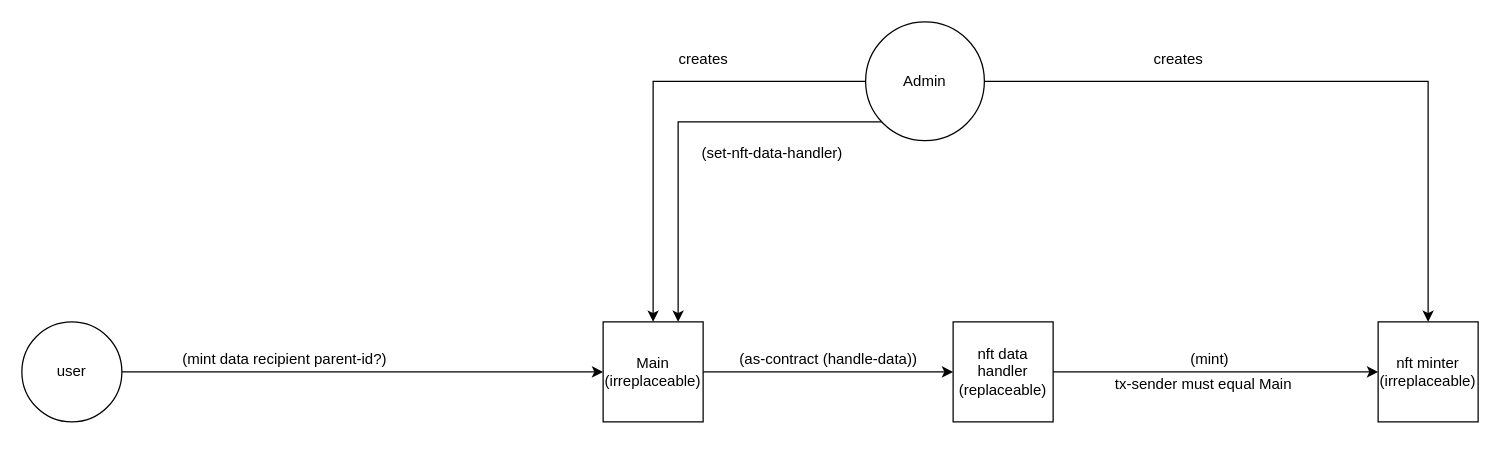
The draw.io diagram contracts/grtfl contract.drawio in hozzjss/kindness-protocol, before the edit. Source tidied: cells renumbered, new cells numbered last; positions are measured from the earlier drawing's top-left corner, leaving out a move shared by most shapes. Both pictures are drawn from the tidied source at 125%, with x=0, y=0 at pixel (21, 21).
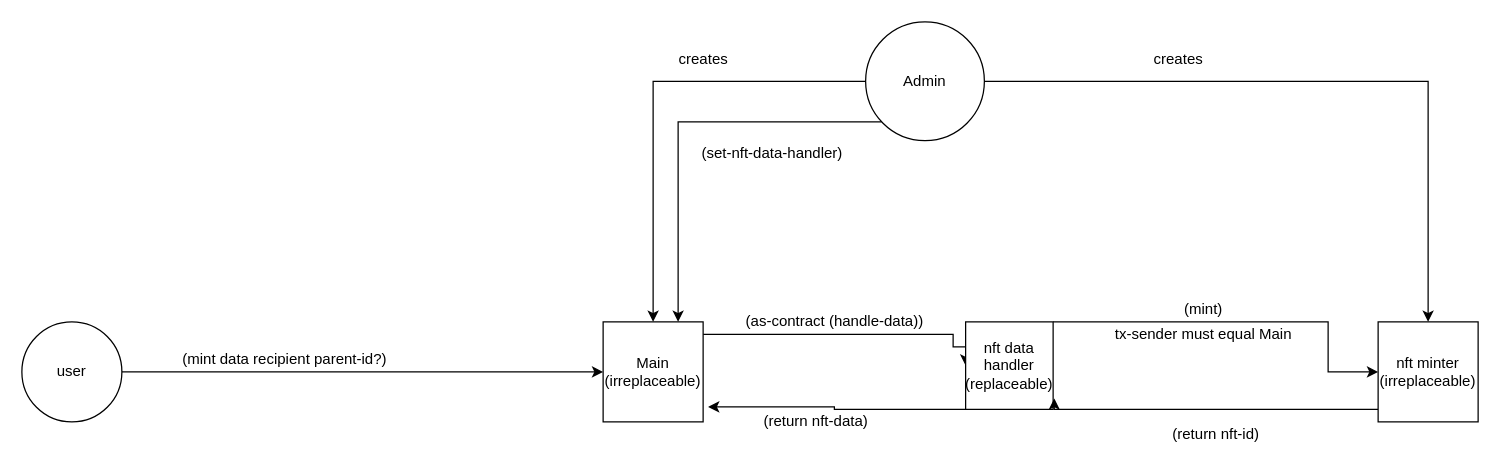
After the change.

Unchanged cells that the change refers to:
```xml
<mxCell id="3" value="Main&lt;br&gt;(irreplaceable)" style="whiteSpace=wrap;html=1;" parent="1" vertex="1">
  <mxGeometry x="465" y="240" width="80" height="80" as="geometry" />
</mxCell>
<mxCell id="6" value="nft minter&lt;br&gt;(irreplaceable)" style="whiteSpace=wrap;html=1;" parent="1" vertex="1">
  <mxGeometry x="1085" y="240" width="80" height="80" as="geometry" />
</mxCell>
```

Change to the diagram source:
```diff
@@
     <mxCell id="2" style="edgeStyle=orthogonalEdgeStyle;rounded=0;jettySize=auto;html=1;entryX=0;entryY=0.5;entryDx=0;entryDy=0;" parent="1" edge="1" source="3" target="5">
-      <mxGeometry relative="1" as="geometry" />
+      <mxGeometry relative="1" as="geometry">
+        <Array as="points">
+          <mxPoint x="745" y="250" />
+          <mxPoint x="745" y="260" />
+          <mxPoint x="755" y="260" />
+        </Array>
+      </mxGeometry>
     </mxCell>
@@
     <mxCell id="4" style="edgeStyle=orthogonalEdgeStyle;rounded=0;jettySize=auto;html=1;entryX=0;entryY=0.5;entryDx=0;entryDy=0;" parent="1" edge="1" source="5" target="6">
-      <mxGeometry relative="1" as="geometry" />
+      <mxGeometry relative="1" as="geometry">
+        <Array as="points">
+          <mxPoint x="1045" y="240" />
+          <mxPoint x="1045" y="280" />
+        </Array>
+      </mxGeometry>
     </mxCell>
+    <mxCell id="20" style="edgeStyle=orthogonalEdgeStyle;rounded=0;jettySize=auto;html=1;entryX=1.05;entryY=0.85;entryDx=0;entryDy=0;entryPerimeter=0;" parent="1" edge="1" source="5" target="3">
+      <mxGeometry relative="1" as="geometry">
+        <Array as="points">
+          <mxPoint x="650" y="310" />
+          <mxPoint x="650" y="308" />
+        </Array>
+      </mxGeometry>
+    </mxCell>
     <mxCell id="5" value="nft data handler&lt;br&gt;(replaceable)" style="whiteSpace=wrap;html=1;" parent="1" vertex="1">
-      <mxGeometry x="745" y="240" width="80" height="80" as="geometry" />
+      <mxGeometry x="755" y="240" width="70" height="70" as="geometry" />
     </mxCell>
+    <mxCell id="21" style="edgeStyle=orthogonalEdgeStyle;rounded=0;jettySize=auto;html=1;entryX=1.013;entryY=0.875;entryDx=0;entryDy=0;entryPerimeter=0;" parent="1" edge="1" source="6" target="5">
+      <mxGeometry relative="1" as="geometry">
+        <Array as="points">
+          <mxPoint x="1025" y="310" />
+          <mxPoint x="1025" y="310" />
+        </Array>
+      </mxGeometry>
+    </mxCell>
@@
     <mxCell id="7" value="(as-contract (handle-data))" style="text;html=1;align=center;verticalAlign=middle;strokeColor=none;fillColor=none;" parent="1" vertex="1">
-      <mxGeometry x="565" y="260" width="160" height="20" as="geometry" />
+      <mxGeometry x="570" y="230" width="160" height="20" as="geometry" />
     </mxCell>
     <mxCell id="8" value="(mint)" style="text;html=1;align=center;verticalAlign=middle;strokeColor=none;fillColor=none;" parent="1" vertex="1">
-      <mxGeometry x="925" y="260" width="50" height="20" as="geometry" />
+      <mxGeometry x="920" y="220" width="50" height="20" as="geometry" />
     </mxCell>
@@
     <mxCell id="15" value="tx-sender must equal Main" style="text;html=1;align=center;verticalAlign=middle;strokeColor=none;fillColor=none;" parent="1" vertex="1">
-      <mxGeometry x="865" y="280" width="160" height="20" as="geometry" />
+      <mxGeometry x="865" y="240" width="160" height="20" as="geometry" />
     </mxCell>
@@
+    <mxCell id="22" value="(return nft-id)" style="text;html=1;align=center;verticalAlign=middle;strokeColor=none;fillColor=none;" parent="1" vertex="1">
+      <mxGeometry x="915" y="320" width="80" height="20" as="geometry" />
+    </mxCell>
+    <mxCell id="23" value="(return nft-data)" style="text;html=1;align=center;verticalAlign=middle;strokeColor=none;fillColor=none;" parent="1" vertex="1">
+      <mxGeometry x="585" y="310" width="100" height="20" as="geometry" />
+    </mxCell>
```
